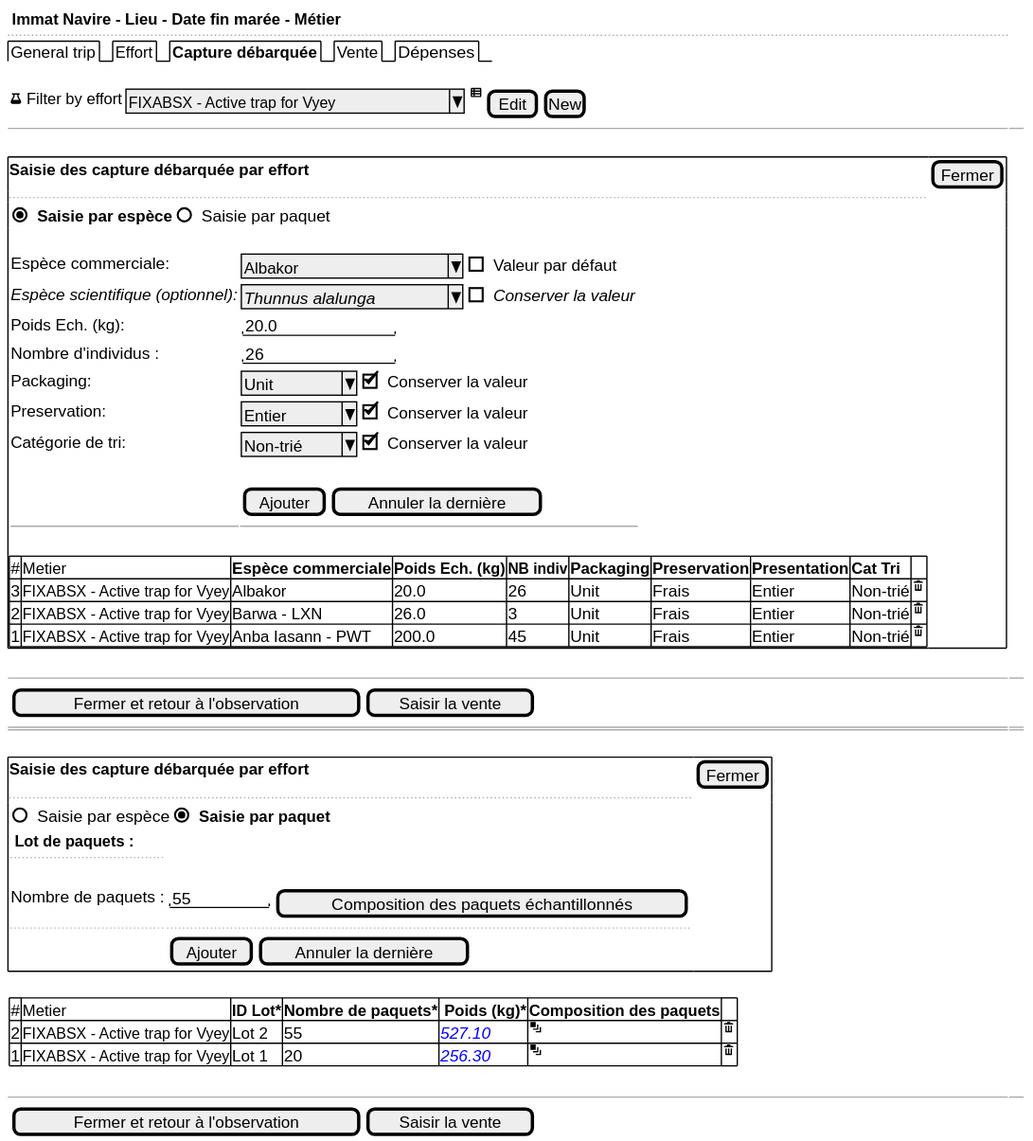
Above: use-case/collect/trip/landing-ui-samples-tablet.svg in sumaris-net/sumaris-doc (PlantUML), before the change. Its source is kept beside it as use-case/collect/trip/landing-ui-samples-tablet.puml.
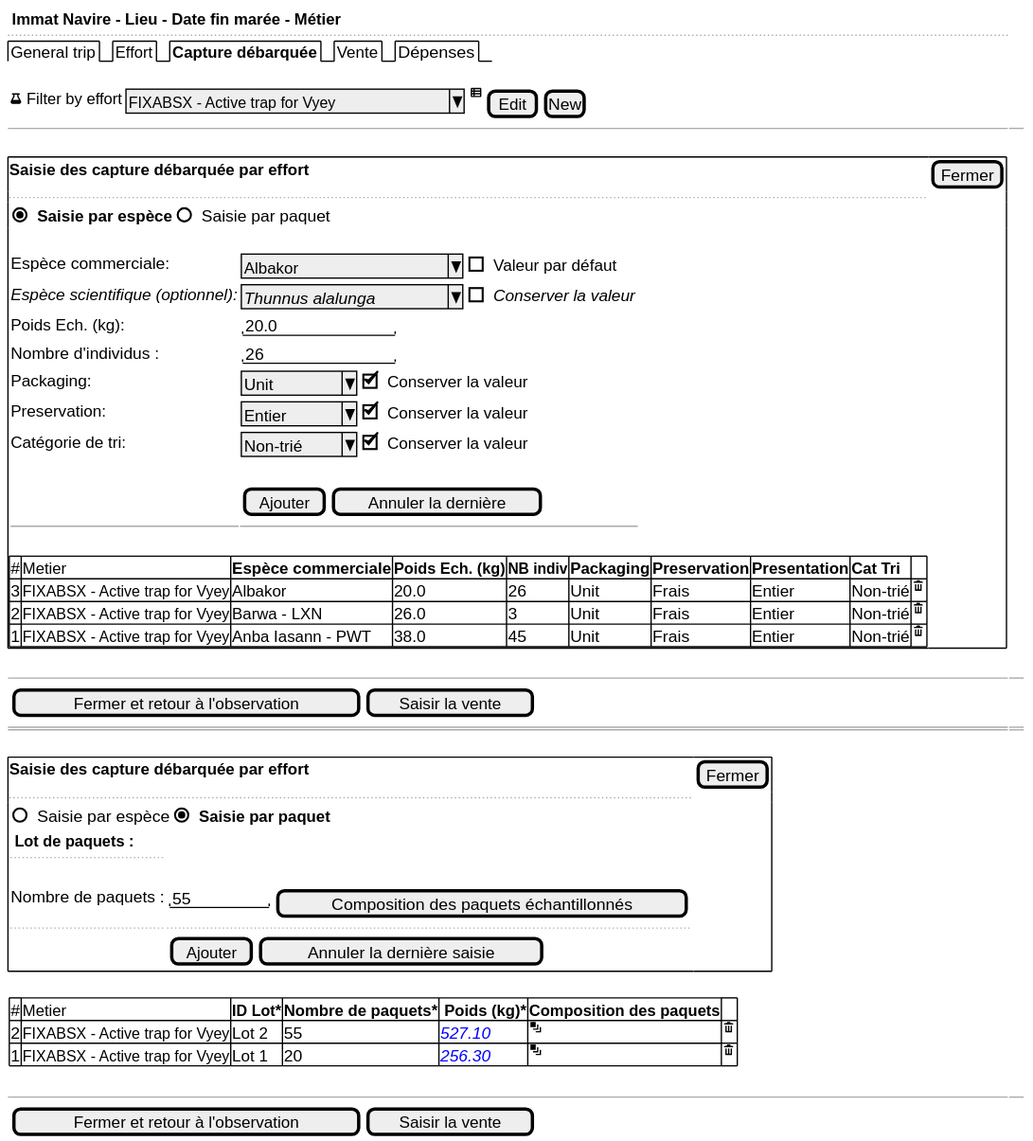
The same diagram one commit later.

Diff of the diagram source:
```diff
@@ -29,7 +29,7 @@
         # | Metier                          | <b>Espèce commerciale   | <b>Poids Ech. (kg)   | <b>NB indiv | <b>Packaging | <b>Preservation | <b>Presentation | <b>Cat Tri | .
         3 | FIXABSX - Active trap for Vyey  | Albakor                 | 20.0                 | 26          | Unit         | Frais           | Entier          | Non-trié   | <&trash>
         2 | FIXABSX - Active trap for Vyey  | Barwa - LXN             | 26.0                 | 3           | Unit         | Frais           | Entier          | Non-trié   | <&trash>
-        1 | FIXABSX - Active trap for Vyey  | Anba Iasann - PWT       | 200.0                | 45          | Unit         | Frais           | Entier          | Non-trié   | <&trash>
+        1 | FIXABSX - Active trap for Vyey  | Anba Iasann - PWT       | 38.0                 | 45          | Unit         | Frais           | Entier          | Non-trié   | <&trash>
     }
   }
   .
```
